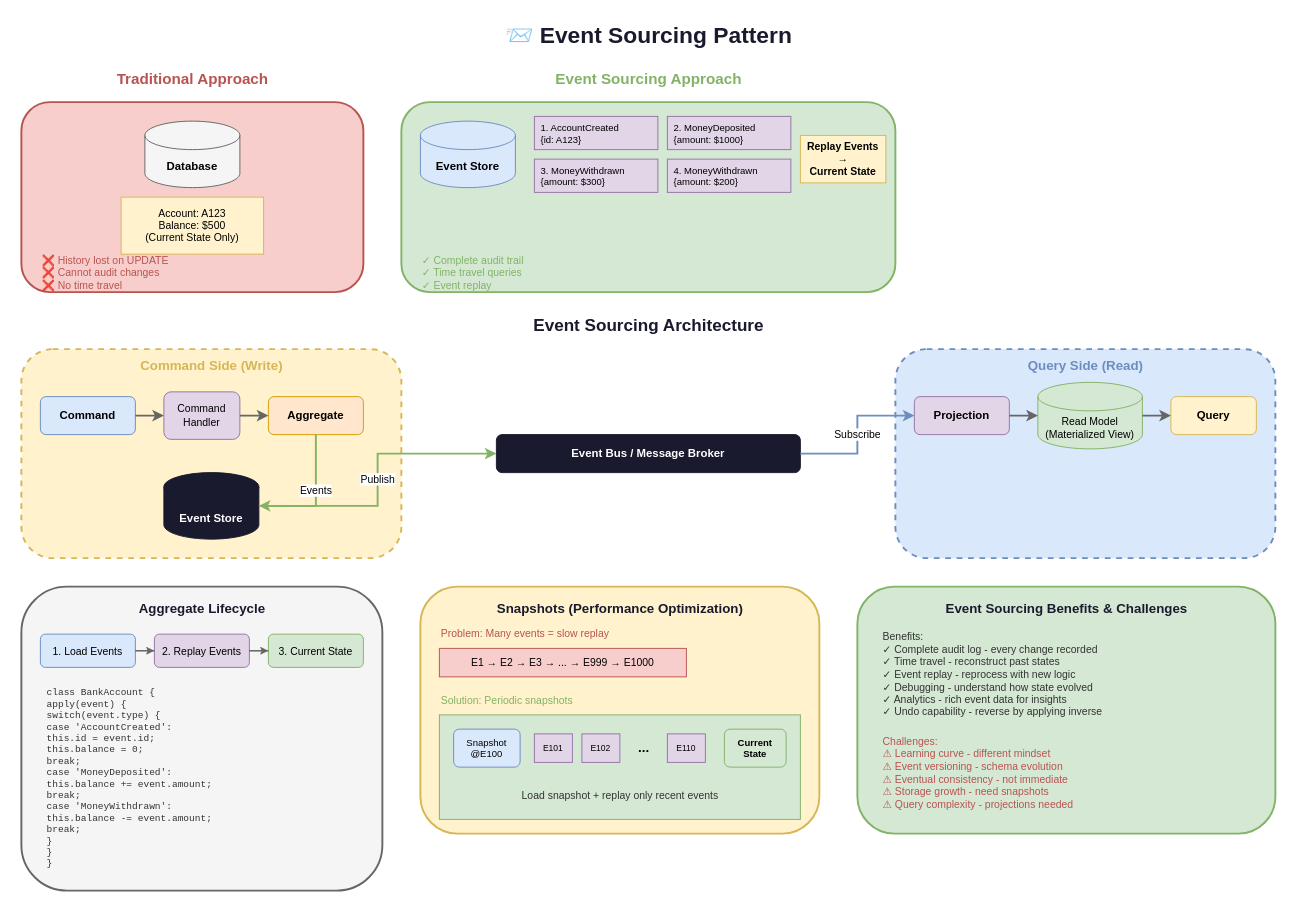
This is lesson-02-event-driven-architecture/03-event-patterns/3.1-event-sourcing.drawio from MrParkerZ7/document-lesson-software-architect-x-claude, a draw.io file, before an edit. Source tidied: cells renumbered, new cells numbered last; positions are measured from the earlier drawing's top-left corner, leaving out a move shared by most shapes. Both pictures are drawn from the tidied source at 95%, with x=0, y=0 at pixel (21, 16).
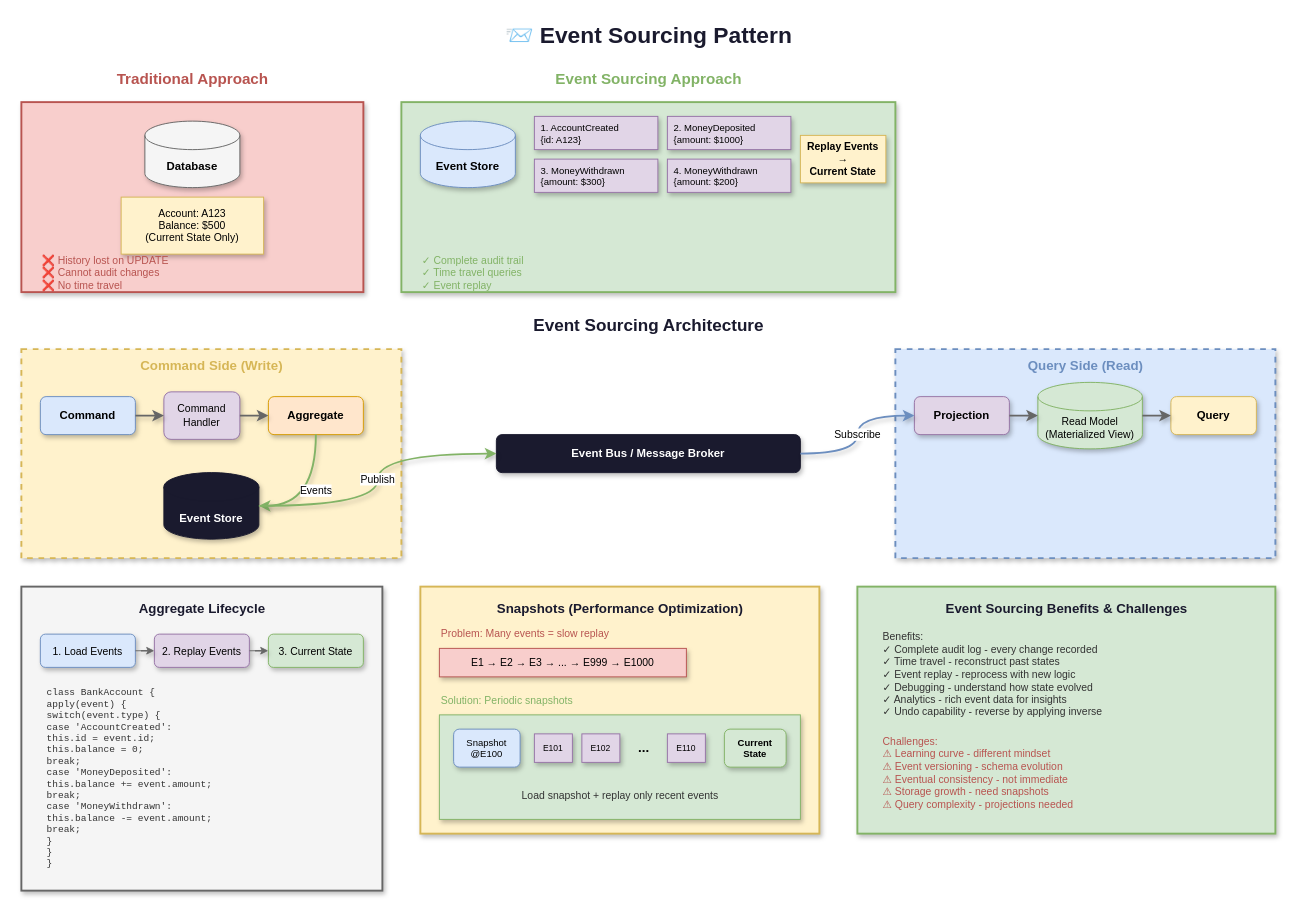
The same page after the edit.

What changed in the source:
```diff
@@
-    <mxCell id="5" style="rounded=1;whiteSpace=wrap;html=1;fillColor=#f8cecc;strokeColor=#b85450;strokeWidth=2;" parent="1" vertex="1">
+    <mxCell id="5" style="rounded=0;whiteSpace=wrap;html=1;fillColor=#f8cecc;strokeColor=#b85450;strokeWidth=2;shadow=1;" parent="1" vertex="1">
       <mxGeometry y="90" width="360" height="200" as="geometry" />
     </mxCell>
-    <mxCell id="6" value="Database" style="shape=cylinder3;whiteSpace=wrap;html=1;boundedLbl=1;backgroundOutline=1;size=15;fillColor=#f5f5f5;strokeColor=#666666;fontSize=12;fontStyle=1;" parent="1" vertex="1">
+    <mxCell id="6" value="Database" style="shape=cylinder3;whiteSpace=wrap;html=1;boundedLbl=1;backgroundOutline=1;size=15;fillColor=#f5f5f5;strokeColor=#666666;fontSize=12;fontStyle=1;shadow=1;" parent="1" vertex="1">
       <mxGeometry x="130" y="110" width="100" height="70" as="geometry" />
     </mxCell>
-    <mxCell id="7" value="Account: A123&#10;Balance: $500&#10;(Current State Only)" style="rounded=0;whiteSpace=wrap;html=1;fillColor=#fff2cc;strokeColor=#d6b656;fontSize=11;" parent="1" vertex="1">
+    <mxCell id="7" value="Account: A123&#10;Balance: $500&#10;(Current State Only)" style="rounded=0;whiteSpace=wrap;html=1;fillColor=#fff2cc;strokeColor=#d6b656;fontSize=11;shadow=1;" parent="1" vertex="1">
       <mxGeometry x="105" y="190" width="150" height="60" as="geometry" />
     </mxCell>
@@
-    <mxCell id="9" style="rounded=1;whiteSpace=wrap;html=1;fillColor=#d5e8d4;strokeColor=#82b366;strokeWidth=2;" parent="1" vertex="1">
+    <mxCell id="9" style="rounded=0;whiteSpace=wrap;html=1;fillColor=#d5e8d4;strokeColor=#82b366;strokeWidth=2;shadow=1;" parent="1" vertex="1">
       <mxGeometry x="400" y="90" width="520" height="200" as="geometry" />
     </mxCell>
-    <mxCell id="10" value="Event Store" style="shape=cylinder3;whiteSpace=wrap;html=1;boundedLbl=1;backgroundOutline=1;size=15;fillColor=#dae8fc;strokeColor=#6c8ebf;fontSize=12;fontStyle=1;" parent="1" vertex="1">
+    <mxCell id="10" value="Event Store" style="shape=cylinder3;whiteSpace=wrap;html=1;boundedLbl=1;backgroundOutline=1;size=15;fillColor=#dae8fc;strokeColor=#6c8ebf;fontSize=12;fontStyle=1;shadow=1;" parent="1" vertex="1">
       <mxGeometry x="420" y="110" width="100" height="70" as="geometry" />
     </mxCell>
-    <mxCell id="11" value="1. AccountCreated&#10;   {id: A123}" style="rounded=0;whiteSpace=wrap;html=1;fillColor=#e1d5e7;strokeColor=#9673a6;fontSize=10;align=left;spacingLeft=5;" parent="1" vertex="1">
+    <mxCell id="11" value="1. AccountCreated&#10;   {id: A123}" style="rounded=0;whiteSpace=wrap;html=1;fillColor=#e1d5e7;strokeColor=#9673a6;fontSize=10;align=left;spacingLeft=5;shadow=1;" parent="1" vertex="1">
       <mxGeometry x="540" y="105" width="130" height="35" as="geometry" />
     </mxCell>
-    <mxCell id="12" value="2. MoneyDeposited&#10;   {amount: $1000}" style="rounded=0;whiteSpace=wrap;html=1;fillColor=#e1d5e7;strokeColor=#9673a6;fontSize=10;align=left;spacingLeft=5;" parent="1" vertex="1">
+    <mxCell id="12" value="2. MoneyDeposited&#10;   {amount: $1000}" style="rounded=0;whiteSpace=wrap;html=1;fillColor=#e1d5e7;strokeColor=#9673a6;fontSize=10;align=left;spacingLeft=5;shadow=1;" parent="1" vertex="1">
       <mxGeometry x="680" y="105" width="130" height="35" as="geometry" />
     </mxCell>
-    <mxCell id="13" value="3. MoneyWithdrawn&#10;   {amount: $300}" style="rounded=0;whiteSpace=wrap;html=1;fillColor=#e1d5e7;strokeColor=#9673a6;fontSize=10;align=left;spacingLeft=5;" parent="1" vertex="1">
+    <mxCell id="13" value="3. MoneyWithdrawn&#10;   {amount: $300}" style="rounded=0;whiteSpace=wrap;html=1;fillColor=#e1d5e7;strokeColor=#9673a6;fontSize=10;align=left;spacingLeft=5;shadow=1;" parent="1" vertex="1">
       <mxGeometry x="540" y="150" width="130" height="35" as="geometry" />
     </mxCell>
-    <mxCell id="14" value="4. MoneyWithdrawn&#10;   {amount: $200}" style="rounded=0;whiteSpace=wrap;html=1;fillColor=#e1d5e7;strokeColor=#9673a6;fontSize=10;align=left;spacingLeft=5;" parent="1" vertex="1">
+    <mxCell id="14" value="4. MoneyWithdrawn&#10;   {amount: $200}" style="rounded=0;whiteSpace=wrap;html=1;fillColor=#e1d5e7;strokeColor=#9673a6;fontSize=10;align=left;spacingLeft=5;shadow=1;" parent="1" vertex="1">
       <mxGeometry x="680" y="150" width="130" height="35" as="geometry" />
     </mxCell>
-    <mxCell id="15" value="Replay Events →&#10;Current State" style="rounded=0;whiteSpace=wrap;html=1;fillColor=#fff2cc;strokeColor=#d6b656;fontSize=11;fontStyle=1;" parent="1" vertex="1">
+    <mxCell id="15" value="Replay Events →&#10;Current State" style="rounded=0;whiteSpace=wrap;html=1;fillColor=#fff2cc;strokeColor=#d6b656;fontSize=11;fontStyle=1;shadow=1;" parent="1" vertex="1">
       <mxGeometry x="820" y="125" width="90" height="50" as="geometry" />
     </mxCell>
@@
-    <mxCell id="18" style="rounded=1;whiteSpace=wrap;html=1;fillColor=#fff2cc;strokeColor=#d6b656;strokeWidth=2;dashed=1;" parent="1" vertex="1">
+    <mxCell id="18" style="rounded=0;whiteSpace=wrap;html=1;fillColor=#fff2cc;strokeColor=#d6b656;strokeWidth=2;dashed=1;shadow=1;" parent="1" vertex="1">
       <mxGeometry y="350" width="400" height="220" as="geometry" />
     </mxCell>
@@
-    <mxCell id="20" value="Command" style="rounded=1;whiteSpace=wrap;html=1;fillColor=#dae8fc;strokeColor=#6c8ebf;fontSize=12;fontStyle=1;" parent="1" vertex="1">
+    <mxCell id="20" value="Command" style="rounded=1;whiteSpace=wrap;html=1;fillColor=#dae8fc;strokeColor=#6c8ebf;fontSize=12;fontStyle=1;shadow=1;" parent="1" vertex="1">
       <mxGeometry x="20" y="400" width="100" height="40" as="geometry" />
     </mxCell>
-    <mxCell id="21" value="Command&#10;Handler" style="rounded=1;whiteSpace=wrap;html=1;fillColor=#e1d5e7;strokeColor=#9673a6;fontSize=11;" parent="1" vertex="1">
+    <mxCell id="21" value="Command&#10;Handler" style="rounded=1;whiteSpace=wrap;html=1;fillColor=#e1d5e7;strokeColor=#9673a6;fontSize=11;shadow=1;" parent="1" vertex="1">
       <mxGeometry x="150" y="395" width="80" height="50" as="geometry" />
     </mxCell>
-    <mxCell id="22" value="Aggregate" style="rounded=1;whiteSpace=wrap;html=1;fillColor=#ffe6cc;strokeColor=#d79b00;fontSize=12;fontStyle=1;" parent="1" vertex="1">
+    <mxCell id="22" value="Aggregate" style="rounded=1;whiteSpace=wrap;html=1;fillColor=#ffe6cc;strokeColor=#d79b00;fontSize=12;fontStyle=1;shadow=1;" parent="1" vertex="1">
       <mxGeometry x="260" y="400" width="100" height="40" as="geometry" />
     </mxCell>
-    <mxCell id="23" value="Event Store" style="shape=cylinder3;whiteSpace=wrap;html=1;boundedLbl=1;backgroundOutline=1;size=15;fillColor=#1a1a2e;strokeColor=#1a1a2e;fontSize=12;fontStyle=1;fontColor=#ffffff;" parent="1" vertex="1">
+    <mxCell id="23" value="Event Store" style="shape=cylinder3;whiteSpace=wrap;html=1;boundedLbl=1;backgroundOutline=1;size=15;fillColor=#1a1a2e;strokeColor=#1a1a2e;fontSize=12;fontStyle=1;fontColor=#ffffff;shadow=1;" parent="1" vertex="1">
       <mxGeometry x="150" y="480" width="100" height="70" as="geometry" />
     </mxCell>
-    <mxCell id="24" style="edgeStyle=orthogonalEdgeStyle;rounded=0;jettySize=auto;html=1;strokeColor=#666666;strokeWidth=2;endArrow=classic;" parent="1" edge="1" source="20" target="21">
+    <mxCell id="24" style="edgeStyle=orthogonalEdgeStyle;rounded=0;jettySize=auto;html=1;strokeColor=#666666;strokeWidth=2;endArrow=classic;shadow=1;curved=1;flowAnimation=1;jumpStyle=arc;" parent="1" edge="1" source="20" target="21">
       <mxGeometry relative="1" as="geometry" />
     </mxCell>
-    <mxCell id="25" style="edgeStyle=orthogonalEdgeStyle;rounded=0;jettySize=auto;html=1;strokeColor=#666666;strokeWidth=2;endArrow=classic;" parent="1" edge="1" source="21" target="22">
+    <mxCell id="25" style="edgeStyle=orthogonalEdgeStyle;rounded=0;jettySize=auto;html=1;strokeColor=#666666;strokeWidth=2;endArrow=classic;shadow=1;curved=1;flowAnimation=1;jumpStyle=arc;" parent="1" edge="1" source="21" target="22">
       <mxGeometry relative="1" as="geometry" />
     </mxCell>
-    <mxCell id="26" value="Events" style="edgeStyle=orthogonalEdgeStyle;rounded=0;jettySize=auto;html=1;strokeColor=#82b366;strokeWidth=2;endArrow=classic;verticalAlign=bottom;" parent="1" edge="1" source="22" target="23">
+    <mxCell id="26" value="Events" style="edgeStyle=orthogonalEdgeStyle;rounded=0;jettySize=auto;html=1;strokeColor=#82b366;strokeWidth=2;endArrow=classic;verticalAlign=bottom;shadow=1;curved=1;flowAnimation=1;jumpStyle=arc;" parent="1" edge="1" source="22" target="23">
       <mxGeometry relative="1" as="geometry">
         <Array as="points">
           <mxPoint x="310" y="515" />
         </Array>
       </mxGeometry>
     </mxCell>
-    <mxCell id="27" style="rounded=1;whiteSpace=wrap;html=1;fillColor=#dae8fc;strokeColor=#6c8ebf;strokeWidth=2;dashed=1;" parent="1" vertex="1">
+    <mxCell id="27" style="rounded=0;whiteSpace=wrap;html=1;fillColor=#dae8fc;strokeColor=#6c8ebf;strokeWidth=2;dashed=1;shadow=1;" parent="1" vertex="1">
       <mxGeometry x="920" y="350" width="400" height="220" as="geometry" />
     </mxCell>
@@
-    <mxCell id="29" value="Projection" style="rounded=1;whiteSpace=wrap;html=1;fillColor=#e1d5e7;strokeColor=#9673a6;fontSize=12;fontStyle=1;" parent="1" vertex="1">
+    <mxCell id="29" value="Projection" style="rounded=1;whiteSpace=wrap;html=1;fillColor=#e1d5e7;strokeColor=#9673a6;fontSize=12;fontStyle=1;shadow=1;" parent="1" vertex="1">
       <mxGeometry x="940" y="400" width="100" height="40" as="geometry" />
     </mxCell>
-    <mxCell id="30" value="Read Model&#10;(Materialized View)" style="shape=cylinder3;whiteSpace=wrap;html=1;boundedLbl=1;backgroundOutline=1;size=15;fillColor=#d5e8d4;strokeColor=#82b366;fontSize=11;" parent="1" vertex="1">
+    <mxCell id="30" value="Read Model&#10;(Materialized View)" style="shape=cylinder3;whiteSpace=wrap;html=1;boundedLbl=1;backgroundOutline=1;size=15;fillColor=#d5e8d4;strokeColor=#82b366;fontSize=11;shadow=1;" parent="1" vertex="1">
       <mxGeometry x="1070" y="385" width="110" height="70" as="geometry" />
     </mxCell>
-    <mxCell id="31" value="Query" style="rounded=1;whiteSpace=wrap;html=1;fillColor=#fff2cc;strokeColor=#d6b656;fontSize=12;fontStyle=1;" parent="1" vertex="1">
+    <mxCell id="31" value="Query" style="rounded=1;whiteSpace=wrap;html=1;fillColor=#fff2cc;strokeColor=#d6b656;fontSize=12;fontStyle=1;shadow=1;" parent="1" vertex="1">
       <mxGeometry x="1210" y="400" width="90" height="40" as="geometry" />
     </mxCell>
-    <mxCell id="32" style="edgeStyle=orthogonalEdgeStyle;rounded=0;jettySize=auto;html=1;strokeColor=#666666;strokeWidth=2;endArrow=classic;" parent="1" edge="1" source="29" target="30">
+    <mxCell id="32" style="edgeStyle=orthogonalEdgeStyle;rounded=0;jettySize=auto;html=1;strokeColor=#666666;strokeWidth=2;endArrow=classic;shadow=1;curved=1;flowAnimation=1;jumpStyle=arc;" parent="1" edge="1" source="29" target="30">
       <mxGeometry relative="1" as="geometry" />
     </mxCell>
-    <mxCell id="33" style="edgeStyle=orthogonalEdgeStyle;rounded=0;jettySize=auto;html=1;strokeColor=#666666;strokeWidth=2;endArrow=classic;" parent="1" edge="1" source="30" target="31">
+    <mxCell id="33" style="edgeStyle=orthogonalEdgeStyle;rounded=0;jettySize=auto;html=1;strokeColor=#666666;strokeWidth=2;endArrow=classic;shadow=1;curved=1;flowAnimation=1;jumpStyle=arc;" parent="1" edge="1" source="30" target="31">
       <mxGeometry relative="1" as="geometry" />
     </mxCell>
-    <mxCell id="34" value="Event Bus / Message Broker" style="rounded=1;whiteSpace=wrap;html=1;fillColor=#1a1a2e;strokeColor=#1a1a2e;fontSize=12;fontStyle=1;fontColor=#ffffff;" parent="1" vertex="1">
+    <mxCell id="34" value="Event Bus / Message Broker" style="rounded=1;whiteSpace=wrap;html=1;fillColor=#1a1a2e;strokeColor=#1a1a2e;fontSize=12;fontStyle=1;fontColor=#ffffff;shadow=1;" parent="1" vertex="1">
       <mxGeometry x="500" y="440" width="320" height="40" as="geometry" />
     </mxCell>
-    <mxCell id="35" value="Publish" style="edgeStyle=orthogonalEdgeStyle;rounded=0;jettySize=auto;html=1;strokeColor=#82b366;strokeWidth=2;endArrow=classic;" parent="1" edge="1" source="23" target="34">
+    <mxCell id="35" value="Publish" style="edgeStyle=orthogonalEdgeStyle;rounded=0;jettySize=auto;html=1;strokeColor=#82b366;strokeWidth=2;endArrow=classic;shadow=1;curved=1;flowAnimation=1;jumpStyle=arc;" parent="1" edge="1" source="23" target="34">
       <mxGeometry relative="1" as="geometry" />
     </mxCell>
-    <mxCell id="36" value="Subscribe" style="edgeStyle=orthogonalEdgeStyle;rounded=0;jettySize=auto;html=1;strokeColor=#6c8ebf;strokeWidth=2;endArrow=classic;" parent="1" edge="1" source="34" target="29">
+    <mxCell id="36" value="Subscribe" style="edgeStyle=orthogonalEdgeStyle;rounded=0;jettySize=auto;html=1;strokeColor=#6c8ebf;strokeWidth=2;endArrow=classic;shadow=1;curved=1;flowAnimation=1;jumpStyle=arc;" parent="1" edge="1" source="34" target="29">
       <mxGeometry relative="1" as="geometry" />
     </mxCell>
-    <mxCell id="37" style="rounded=1;whiteSpace=wrap;html=1;fillColor=#f5f5f5;strokeColor=#666666;strokeWidth=2;" parent="1" vertex="1">
+    <mxCell id="37" style="rounded=0;whiteSpace=wrap;html=1;fillColor=#f5f5f5;strokeColor=#666666;strokeWidth=2;shadow=1;" parent="1" vertex="1">
       <mxGeometry y="600" width="380" height="320" as="geometry" />
     </mxCell>
@@
-    <mxCell id="39" value="1. Load Events" style="rounded=1;whiteSpace=wrap;html=1;fillColor=#dae8fc;strokeColor=#6c8ebf;fontSize=11;" parent="1" vertex="1">
+    <mxCell id="39" value="1. Load Events" style="rounded=1;whiteSpace=wrap;html=1;fillColor=#dae8fc;strokeColor=#6c8ebf;fontSize=11;shadow=1;" parent="1" vertex="1">
       <mxGeometry x="20" y="650" width="100" height="35" as="geometry" />
     </mxCell>
-    <mxCell id="40" value="2. Replay Events" style="rounded=1;whiteSpace=wrap;html=1;fillColor=#e1d5e7;strokeColor=#9673a6;fontSize=11;" parent="1" vertex="1">
+    <mxCell id="40" value="2. Replay Events" style="rounded=1;whiteSpace=wrap;html=1;fillColor=#e1d5e7;strokeColor=#9673a6;fontSize=11;shadow=1;" parent="1" vertex="1">
       <mxGeometry x="140" y="650" width="100" height="35" as="geometry" />
     </mxCell>
-    <mxCell id="41" value="3. Current State" style="rounded=1;whiteSpace=wrap;html=1;fillColor=#d5e8d4;strokeColor=#82b366;fontSize=11;" parent="1" vertex="1">
+    <mxCell id="41" value="3. Current State" style="rounded=1;whiteSpace=wrap;html=1;fillColor=#d5e8d4;strokeColor=#82b366;fontSize=11;shadow=1;" parent="1" vertex="1">
       <mxGeometry x="260" y="650" width="100" height="35" as="geometry" />
     </mxCell>
-    <mxCell id="42" style="edgeStyle=orthogonalEdgeStyle;rounded=0;jettySize=auto;html=1;strokeColor=#666666;strokeWidth=1;endArrow=classic;" parent="1" edge="1" source="39" target="40">
+    <mxCell id="42" style="edgeStyle=orthogonalEdgeStyle;rounded=0;jettySize=auto;html=1;strokeColor=#666666;strokeWidth=1;endArrow=classic;shadow=1;curved=1;flowAnimation=1;jumpStyle=arc;" parent="1" edge="1" source="39" target="40">
       <mxGeometry relative="1" as="geometry" />
     </mxCell>
-    <mxCell id="43" style="edgeStyle=orthogonalEdgeStyle;rounded=0;jettySize=auto;html=1;strokeColor=#666666;strokeWidth=1;endArrow=classic;" parent="1" edge="1" source="40" target="41">
+    <mxCell id="43" style="edgeStyle=orthogonalEdgeStyle;rounded=0;jettySize=auto;html=1;strokeColor=#666666;strokeWidth=1;endArrow=classic;shadow=1;curved=1;flowAnimation=1;jumpStyle=arc;" parent="1" edge="1" source="40" target="41">
       <mxGeometry relative="1" as="geometry" />
     </mxCell>
@@
-    <mxCell id="45" style="rounded=1;whiteSpace=wrap;html=1;fillColor=#fff2cc;strokeColor=#d6b656;strokeWidth=2;" parent="1" vertex="1">
+    <mxCell id="45" style="rounded=0;whiteSpace=wrap;html=1;fillColor=#fff2cc;strokeColor=#d6b656;strokeWidth=2;shadow=1;" parent="1" vertex="1">
       <mxGeometry x="420" y="600" width="420" height="260" as="geometry" />
     </mxCell>
@@
-    <mxCell id="48" value="E1 → E2 → E3 → ... → E999 → E1000" style="rounded=0;whiteSpace=wrap;html=1;fillColor=#f8cecc;strokeColor=#b85450;fontSize=11;" parent="1" vertex="1">
+    <mxCell id="48" value="E1 → E2 → E3 → ... → E999 → E1000" style="rounded=0;whiteSpace=wrap;html=1;fillColor=#f8cecc;strokeColor=#b85450;fontSize=11;shadow=1;" parent="1" vertex="1">
       <mxGeometry x="440" y="665" width="260" height="30" as="geometry" />
     </mxCell>
@@
-    <mxCell id="50" style="rounded=0;whiteSpace=wrap;html=1;fillColor=#d5e8d4;strokeColor=#82b366;" parent="1" vertex="1">
+    <mxCell id="50" style="rounded=0;whiteSpace=wrap;html=1;fillColor=#d5e8d4;strokeColor=#82b366;shadow=1;" parent="1" vertex="1">
       <mxGeometry x="440" y="735" width="380" height="110" as="geometry" />
     </mxCell>
-    <mxCell id="51" value="Snapshot&#10;@E100" style="rounded=1;whiteSpace=wrap;html=1;fillColor=#dae8fc;strokeColor=#6c8ebf;fontSize=10;" parent="1" vertex="1">
+    <mxCell id="51" value="Snapshot&#10;@E100" style="rounded=1;whiteSpace=wrap;html=1;fillColor=#dae8fc;strokeColor=#6c8ebf;fontSize=10;shadow=1;" parent="1" vertex="1">
       <mxGeometry x="455" y="750" width="70" height="40" as="geometry" />
     </mxCell>
-    <mxCell id="52" value="E101" style="rounded=0;whiteSpace=wrap;html=1;fillColor=#e1d5e7;strokeColor=#9673a6;fontSize=9;" parent="1" vertex="1">
+    <mxCell id="52" value="E101" style="rounded=0;whiteSpace=wrap;html=1;fillColor=#e1d5e7;strokeColor=#9673a6;fontSize=9;shadow=1;" parent="1" vertex="1">
       <mxGeometry x="540" y="755" width="40" height="30" as="geometry" />
     </mxCell>
-    <mxCell id="53" value="E102" style="rounded=0;whiteSpace=wrap;html=1;fillColor=#e1d5e7;strokeColor=#9673a6;fontSize=9;" parent="1" vertex="1">
+    <mxCell id="53" value="E102" style="rounded=0;whiteSpace=wrap;html=1;fillColor=#e1d5e7;strokeColor=#9673a6;fontSize=9;shadow=1;" parent="1" vertex="1">
       <mxGeometry x="590" y="755" width="40" height="30" as="geometry" />
     </mxCell>
@@
-    <mxCell id="55" value="E110" style="rounded=0;whiteSpace=wrap;html=1;fillColor=#e1d5e7;strokeColor=#9673a6;fontSize=9;" parent="1" vertex="1">
+    <mxCell id="55" value="E110" style="rounded=0;whiteSpace=wrap;html=1;fillColor=#e1d5e7;strokeColor=#9673a6;fontSize=9;shadow=1;" parent="1" vertex="1">
       <mxGeometry x="680" y="755" width="40" height="30" as="geometry" />
     </mxCell>
-    <mxCell id="56" value="Current&#10;State" style="rounded=1;whiteSpace=wrap;html=1;fillColor=#d5e8d4;strokeColor=#82b366;fontSize=10;fontStyle=1;" parent="1" vertex="1">
+    <mxCell id="56" value="Current&#10;State" style="rounded=1;whiteSpace=wrap;html=1;fillColor=#d5e8d4;strokeColor=#82b366;fontSize=10;fontStyle=1;shadow=1;" parent="1" vertex="1">
       <mxGeometry x="740" y="750" width="65" height="40" as="geometry" />
     </mxCell>
@@
-    <mxCell id="58" style="rounded=1;whiteSpace=wrap;html=1;fillColor=#d5e8d4;strokeColor=#82b366;strokeWidth=2;" parent="1" vertex="1">
+    <mxCell id="58" style="rounded=0;whiteSpace=wrap;html=1;fillColor=#d5e8d4;strokeColor=#82b366;strokeWidth=2;shadow=1;" parent="1" vertex="1">
       <mxGeometry x="880" y="600" width="440" height="260" as="geometry" />
     </mxCell>
```
